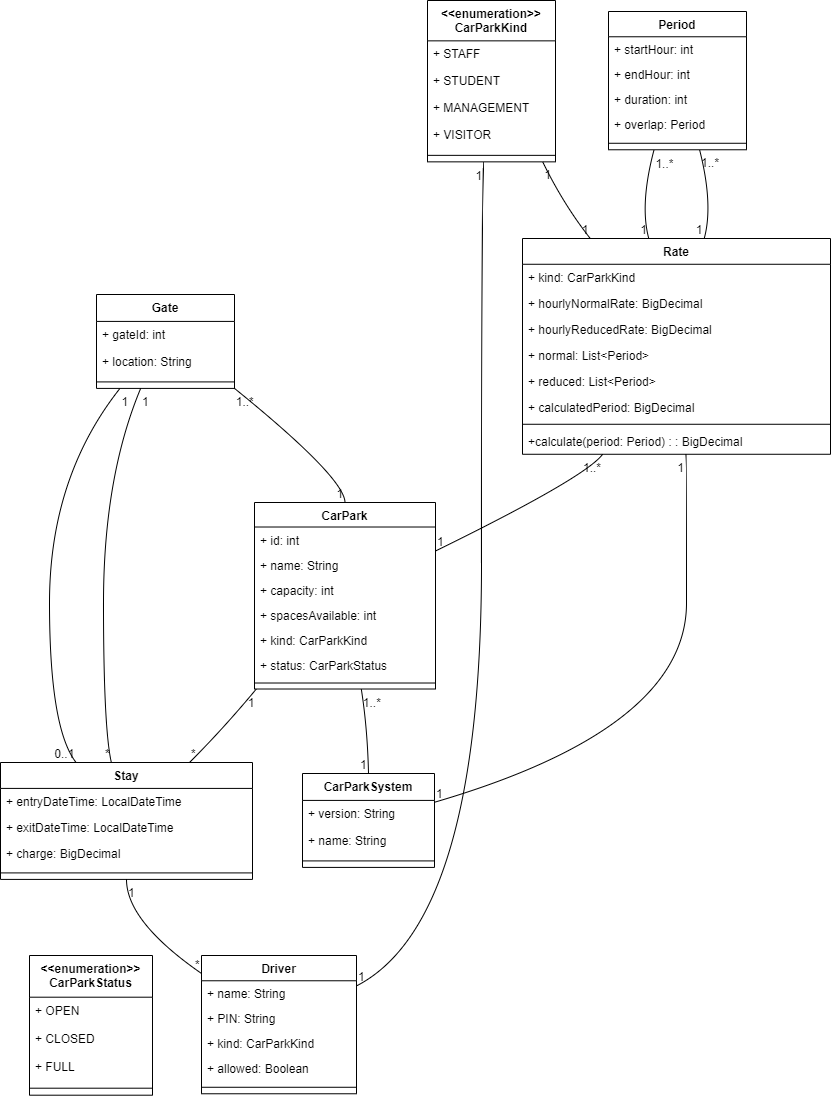
This is src/cm/task4ClassDiagram.png from SamCull/VerificationRepeat, a draw.io export, as it was before one commit. Source tidied: cells renumbered, new cells last; positions are measured from the earlier drawing's top-left corner, leaving out a move shared by most shapes.
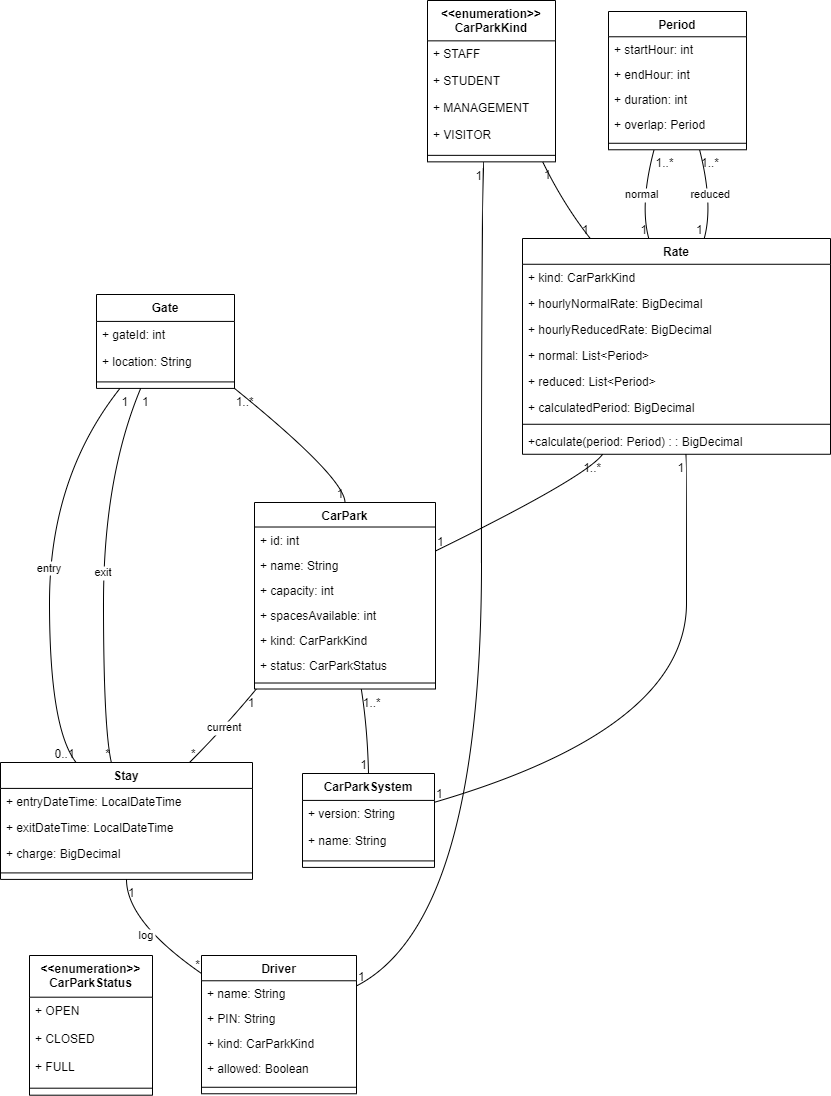
Later version of the same file.

Diff of the diagram source:
```diff
@@ -169,40 +169,40 @@
         </Array>
       </mxGeometry>
     </mxCell>
-    <mxCell id="56" value="1" style="edgeLabel;labelBackgroundColor=none;fontSize=12;align=left;verticalAlign=bottom;" parent="55" vertex="1">
-      <mxGeometry x="-1" relative="1" as="geometry" />
-    </mxCell>
-    <mxCell id="57" value="1" style="edgeLabel;labelBackgroundColor=none;fontSize=12;align=right;verticalAlign=top;" parent="55" vertex="1">
-      <mxGeometry x="1" relative="1" as="geometry" />
-    </mxCell>
+    <mxCell id="91" value="1" style="edgeLabel;labelBackgroundColor=none;fontSize=12;align=left;verticalAlign=bottom;" parent="55" vertex="1">
+      <mxGeometry x="-1" relative="1" as="geometry" />
+    </mxCell>
+    <mxCell id="92" value="1" style="edgeLabel;labelBackgroundColor=none;fontSize=12;align=right;verticalAlign=top;" parent="55" vertex="1">
+      <mxGeometry x="1" relative="1" as="geometry" />
+    </mxCell>
-    <mxCell id="58" style="curved=1;startArrow=none;endArrow=none;exitX=0;exitY=0.13;entryX=0.5;entryY=1;rounded=0;" parent="1" edge="1" source="13" target="19">
+    <mxCell id="58" value="log" style="curved=1;startArrow=none;endArrow=none;exitX=0;exitY=0.13;entryX=0.5;entryY=1;rounded=0;" parent="1" edge="1" source="13" target="19">
       <mxGeometry relative="1" as="geometry">
         <Array as="points">
           <mxPoint x="126" y="921" />
         </Array>
       </mxGeometry>
     </mxCell>
-    <mxCell id="59" value="*" style="edgeLabel;labelBackgroundColor=none;fontSize=12;align=right;verticalAlign=bottom;" parent="58" vertex="1">
-      <mxGeometry x="-1" relative="1" as="geometry" />
-    </mxCell>
-    <mxCell id="60" value="1" style="edgeLabel;labelBackgroundColor=none;fontSize=12;align=left;verticalAlign=top;" parent="58" vertex="1">
-      <mxGeometry x="1" relative="1" as="geometry" />
-    </mxCell>
-    <mxCell id="61" style="curved=1;startArrow=none;endArrow=none;exitX=0.3;exitY=0;entryX=0.17;entryY=1;rounded=0;" parent="1" edge="1" source="19" target="24">
-      <mxGeometry relative="1" as="geometry">
-        <Array as="points">
-          <mxPoint x="49" y="728" />
-          <mxPoint x="49" y="477" />
-        </Array>
-      </mxGeometry>
-    </mxCell>
+    <mxCell id="93" value="*" style="edgeLabel;labelBackgroundColor=none;fontSize=12;align=right;verticalAlign=bottom;" parent="58" vertex="1">
+      <mxGeometry x="-1" relative="1" as="geometry" />
+    </mxCell>
+    <mxCell id="94" value="1" style="edgeLabel;labelBackgroundColor=none;fontSize=12;align=left;verticalAlign=top;" parent="58" vertex="1">
+      <mxGeometry x="1" relative="1" as="geometry" />
+    </mxCell>
+    <mxCell id="95" value="entry" style="curved=1;startArrow=none;endArrow=none;exitX=0.3;exitY=0;entryX=0.17;entryY=1;rounded=0;" parent="1" edge="1" source="19" target="24">
+      <mxGeometry relative="1" as="geometry">
+        <Array as="points">
+          <mxPoint x="49" y="728" />
+          <mxPoint x="49" y="477" />
+        </Array>
+      </mxGeometry>
+    </mxCell>
-    <mxCell id="62" value="0..1" style="edgeLabel;labelBackgroundColor=none;fontSize=12;align=right;verticalAlign=bottom;" parent="61" vertex="1">
+    <mxCell id="62" value="0..1" style="edgeLabel;labelBackgroundColor=none;fontSize=12;align=right;verticalAlign=bottom;" parent="95" vertex="1">
       <mxGeometry x="-1" relative="1" as="geometry" />
     </mxCell>
-    <mxCell id="63" value="1" style="edgeLabel;labelBackgroundColor=none;fontSize=12;align=left;verticalAlign=top;" parent="61" vertex="1">
-      <mxGeometry x="1" relative="1" as="geometry" />
-    </mxCell>
+    <mxCell id="96" value="1" style="edgeLabel;labelBackgroundColor=none;fontSize=12;align=left;verticalAlign=top;" parent="95" vertex="1">
+      <mxGeometry x="1" relative="1" as="geometry" />
+    </mxCell>
-    <mxCell id="64" style="curved=1;startArrow=none;endArrow=none;exitX=0.75;exitY=0;entryX=0.01;entryY=1;rounded=0;" parent="1" edge="1" source="19" target="32">
+    <mxCell id="64" value="current" style="curved=1;startArrow=none;endArrow=none;exitX=0.75;exitY=0;entryX=0.01;entryY=1;rounded=0;" parent="1" edge="1" source="19" target="32">
       <mxGeometry relative="1" as="geometry">
         <Array as="points">
           <mxPoint x="223" y="728" />
@@ -212,23 +212,23 @@
     <mxCell id="65" value="*" style="edgeLabel;labelBackgroundColor=none;fontSize=12;align=left;verticalAlign=bottom;" parent="64" vertex="1">
       <mxGeometry x="-1" relative="1" as="geometry" />
     </mxCell>
-    <mxCell id="66" value="1" style="edgeLabel;labelBackgroundColor=none;fontSize=12;align=right;verticalAlign=top;" parent="64" vertex="1">
-      <mxGeometry x="1" relative="1" as="geometry" />
-    </mxCell>
-    <mxCell id="67" style="curved=1;startArrow=none;endArrow=none;exitX=0.44;exitY=0;entryX=0.32;entryY=1;rounded=0;" parent="1" edge="1" source="19" target="24">
-      <mxGeometry relative="1" as="geometry">
-        <Array as="points">
-          <mxPoint x="103" y="728" />
-          <mxPoint x="103" y="477" />
-        </Array>
-      </mxGeometry>
-    </mxCell>
-    <mxCell id="68" value="*" style="edgeLabel;labelBackgroundColor=none;fontSize=12;align=right;verticalAlign=bottom;" parent="67" vertex="1">
-      <mxGeometry x="-1" relative="1" as="geometry" />
-    </mxCell>
-    <mxCell id="69" value="1" style="edgeLabel;labelBackgroundColor=none;fontSize=12;align=left;verticalAlign=top;" parent="67" vertex="1">
-      <mxGeometry x="1" relative="1" as="geometry" />
-    </mxCell>
+    <mxCell id="97" value="1" style="edgeLabel;labelBackgroundColor=none;fontSize=12;align=right;verticalAlign=top;" parent="64" vertex="1">
+      <mxGeometry x="1" relative="1" as="geometry" />
+    </mxCell>
+    <mxCell id="98" value="exit" style="curved=1;startArrow=none;endArrow=none;exitX=0.44;exitY=0;entryX=0.32;entryY=1;rounded=0;" parent="1" edge="1" source="19" target="24">
+      <mxGeometry relative="1" as="geometry">
+        <Array as="points">
+          <mxPoint x="103" y="728" />
+          <mxPoint x="103" y="477" />
+        </Array>
+      </mxGeometry>
+    </mxCell>
+    <mxCell id="99" value="*" style="edgeLabel;labelBackgroundColor=none;fontSize=12;align=right;verticalAlign=bottom;" parent="98" vertex="1">
+      <mxGeometry x="-1" relative="1" as="geometry" />
+    </mxCell>
+    <mxCell id="100" value="1" style="edgeLabel;labelBackgroundColor=none;fontSize=12;align=left;verticalAlign=top;" parent="98" vertex="1">
+      <mxGeometry x="1" relative="1" as="geometry" />
+    </mxCell>
     <mxCell id="70" style="curved=1;startArrow=none;endArrow=none;exitX=0.5;exitY=0;entryX=1;entryY=1;rounded=0;" parent="1" edge="1" source="32" target="24">
       <mxGeometry relative="1" as="geometry">
         <Array as="points">
@@ -236,12 +236,12 @@
         </Array>
       </mxGeometry>
     </mxCell>
-    <mxCell id="71" value="1" style="edgeLabel;labelBackgroundColor=none;fontSize=12;align=right;verticalAlign=bottom;" parent="70" vertex="1">
-      <mxGeometry x="-1" relative="1" as="geometry" />
-    </mxCell>
-    <mxCell id="72" value="1..*" style="edgeLabel;labelBackgroundColor=none;fontSize=12;align=left;verticalAlign=top;" parent="70" vertex="1">
-      <mxGeometry x="1" relative="1" as="geometry" />
-    </mxCell>
+    <mxCell id="101" value="1" style="edgeLabel;labelBackgroundColor=none;fontSize=12;align=right;verticalAlign=bottom;" parent="70" vertex="1">
+      <mxGeometry x="-1" relative="1" as="geometry" />
+    </mxCell>
+    <mxCell id="102" value="1..*" style="edgeLabel;labelBackgroundColor=none;fontSize=12;align=left;verticalAlign=top;" parent="70" vertex="1">
+      <mxGeometry x="1" relative="1" as="geometry" />
+    </mxCell>
     <mxCell id="73" style="curved=1;startArrow=none;endArrow=none;exitX=1;exitY=0.26;entryX=0.26;entryY=1;rounded=0;" parent="1" edge="1" source="32" target="46">
       <mxGeometry relative="1" as="geometry">
         <Array as="points">
@@ -249,9 +249,9 @@
         </Array>
       </mxGeometry>
     </mxCell>
-    <mxCell id="74" value="1" style="edgeLabel;labelBackgroundColor=none;fontSize=12;align=left;verticalAlign=bottom;" parent="73" vertex="1">
-      <mxGeometry x="-1" relative="1" as="geometry" />
-    </mxCell>
+    <mxCell id="103" value="1" style="edgeLabel;labelBackgroundColor=none;fontSize=12;align=left;verticalAlign=bottom;" parent="73" vertex="1">
+      <mxGeometry x="-1" relative="1" as="geometry" />
+    </mxCell>
     <mxCell id="75" value="1..*" style="edgeLabel;labelBackgroundColor=none;fontSize=12;align=right;verticalAlign=top;" parent="73" vertex="1">
       <mxGeometry x="1" relative="1" as="geometry" />
     </mxCell>
@@ -262,38 +262,38 @@
         </Array>
       </mxGeometry>
     </mxCell>
-    <mxCell id="77" value="1" style="edgeLabel;labelBackgroundColor=none;fontSize=12;align=right;verticalAlign=bottom;" parent="76" vertex="1">
-      <mxGeometry x="-1" relative="1" as="geometry" />
-    </mxCell>
-    <mxCell id="78" value="1" style="edgeLabel;labelBackgroundColor=none;fontSize=12;align=left;verticalAlign=top;" parent="76" vertex="1">
-      <mxGeometry x="1" relative="1" as="geometry" />
-    </mxCell>
-    <mxCell id="79" style="curved=1;startArrow=none;endArrow=none;exitX=0.41;exitY=0;entryX=0.33;entryY=1;rounded=0;" parent="1" edge="1" source="46" target="40">
-      <mxGeometry relative="1" as="geometry">
-        <Array as="points">
-          <mxPoint x="639" y="204" />
-        </Array>
-      </mxGeometry>
-    </mxCell>
-    <mxCell id="80" value="1" style="edgeLabel;labelBackgroundColor=none;fontSize=12;align=right;verticalAlign=bottom;" parent="79" vertex="1">
-      <mxGeometry x="-1" relative="1" as="geometry" />
-    </mxCell>
-    <mxCell id="81" value="1..*" style="edgeLabel;labelBackgroundColor=none;fontSize=12;align=left;verticalAlign=top;" parent="79" vertex="1">
-      <mxGeometry x="1" relative="1" as="geometry" />
-    </mxCell>
-    <mxCell id="82" style="curved=1;startArrow=none;endArrow=none;exitX=0.59;exitY=0;entryX=0.66;entryY=1;rounded=0;" parent="1" edge="1" source="46" target="40">
-      <mxGeometry relative="1" as="geometry">
-        <Array as="points">
-          <mxPoint x="713" y="204" />
-        </Array>
-      </mxGeometry>
-    </mxCell>
-    <mxCell id="83" value="1" style="edgeLabel;labelBackgroundColor=none;fontSize=12;align=right;verticalAlign=bottom;" parent="82" vertex="1">
-      <mxGeometry x="-1" relative="1" as="geometry" />
-    </mxCell>
-    <mxCell id="84" value="1..*" style="edgeLabel;labelBackgroundColor=none;fontSize=12;align=left;verticalAlign=top;" parent="82" vertex="1">
-      <mxGeometry x="1" relative="1" as="geometry" />
-    </mxCell>
+    <mxCell id="104" value="1" style="edgeLabel;labelBackgroundColor=none;fontSize=12;align=right;verticalAlign=bottom;" parent="76" vertex="1">
+      <mxGeometry x="-1" relative="1" as="geometry" />
+    </mxCell>
+    <mxCell id="105" value="1" style="edgeLabel;labelBackgroundColor=none;fontSize=12;align=left;verticalAlign=top;" parent="76" vertex="1">
+      <mxGeometry x="1" relative="1" as="geometry" />
+    </mxCell>
+    <mxCell id="106" value="normal" style="curved=1;startArrow=none;endArrow=none;exitX=0.41;exitY=0;entryX=0.33;entryY=1;rounded=0;" parent="1" edge="1" source="46" target="40">
+      <mxGeometry relative="1" as="geometry">
+        <Array as="points">
+          <mxPoint x="639" y="204" />
+        </Array>
+      </mxGeometry>
+    </mxCell>
+    <mxCell id="107" value="1" style="edgeLabel;labelBackgroundColor=none;fontSize=12;align=right;verticalAlign=bottom;" parent="106" vertex="1">
+      <mxGeometry x="-1" relative="1" as="geometry" />
+    </mxCell>
+    <mxCell id="108" value="1..*" style="edgeLabel;labelBackgroundColor=none;fontSize=12;align=left;verticalAlign=top;" parent="106" vertex="1">
+      <mxGeometry x="1" relative="1" as="geometry" />
+    </mxCell>
+    <mxCell id="109" value="reduced" style="curved=1;startArrow=none;endArrow=none;exitX=0.59;exitY=0;entryX=0.66;entryY=1;rounded=0;" parent="1" edge="1" source="46" target="40">
+      <mxGeometry relative="1" as="geometry">
+        <Array as="points">
+          <mxPoint x="713" y="204" />
+        </Array>
+      </mxGeometry>
+    </mxCell>
+    <mxCell id="110" value="1" style="edgeLabel;labelBackgroundColor=none;fontSize=12;align=right;verticalAlign=bottom;" parent="109" vertex="1">
+      <mxGeometry x="-1" relative="1" as="geometry" />
+    </mxCell>
+    <mxCell id="111" value="1..*" style="edgeLabel;labelBackgroundColor=none;fontSize=12;align=left;verticalAlign=top;" parent="109" vertex="1">
+      <mxGeometry x="1" relative="1" as="geometry" />
+    </mxCell>
     <mxCell id="85" style="curved=1;startArrow=none;endArrow=none;exitX=0.5;exitY=0;entryX=0.59;entryY=1;rounded=0;" parent="1" edge="1" source="28" target="32">
       <mxGeometry relative="1" as="geometry">
         <Array as="points">
@@ -301,12 +301,12 @@
         </Array>
       </mxGeometry>
     </mxCell>
-    <mxCell id="86" value="1" style="edgeLabel;labelBackgroundColor=none;fontSize=12;align=right;verticalAlign=bottom;" parent="85" vertex="1">
-      <mxGeometry x="-1" relative="1" as="geometry" />
-    </mxCell>
-    <mxCell id="87" value="1..*" style="edgeLabel;labelBackgroundColor=none;fontSize=12;align=left;verticalAlign=top;" parent="85" vertex="1">
-      <mxGeometry x="1" relative="1" as="geometry" />
-    </mxCell>
+    <mxCell id="112" value="1" style="edgeLabel;labelBackgroundColor=none;fontSize=12;align=right;verticalAlign=bottom;" parent="85" vertex="1">
+      <mxGeometry x="-1" relative="1" as="geometry" />
+    </mxCell>
+    <mxCell id="113" value="1..*" style="edgeLabel;labelBackgroundColor=none;fontSize=12;align=left;verticalAlign=top;" parent="85" vertex="1">
+      <mxGeometry x="1" relative="1" as="geometry" />
+    </mxCell>
     <mxCell id="88" style="curved=1;startArrow=none;endArrow=none;exitX=0.99;exitY=0.31;entryX=0.53;entryY=1;rounded=0;" parent="1" edge="1" source="28" target="46">
       <mxGeometry relative="1" as="geometry">
         <Array as="points">
@@ -315,11 +315,11 @@
         </Array>
       </mxGeometry>
     </mxCell>
-    <mxCell id="89" value="1" style="edgeLabel;labelBackgroundColor=none;fontSize=12;align=left;verticalAlign=bottom;" parent="88" vertex="1">
-      <mxGeometry x="-1" relative="1" as="geometry" />
-    </mxCell>
-    <mxCell id="90" value="1" style="edgeLabel;labelBackgroundColor=none;fontSize=12;align=right;verticalAlign=top;" parent="88" vertex="1">
-      <mxGeometry x="1" relative="1" as="geometry" />
-    </mxCell>
+    <mxCell id="114" value="1" style="edgeLabel;labelBackgroundColor=none;fontSize=12;align=left;verticalAlign=bottom;" parent="88" vertex="1">
+      <mxGeometry x="-1" relative="1" as="geometry" />
+    </mxCell>
+    <mxCell id="115" value="1" style="edgeLabel;labelBackgroundColor=none;fontSize=12;align=right;verticalAlign=top;" parent="88" vertex="1">
+      <mxGeometry x="1" relative="1" as="geometry" />
+    </mxCell>
   </root>
 </mxGraphModel>
```
